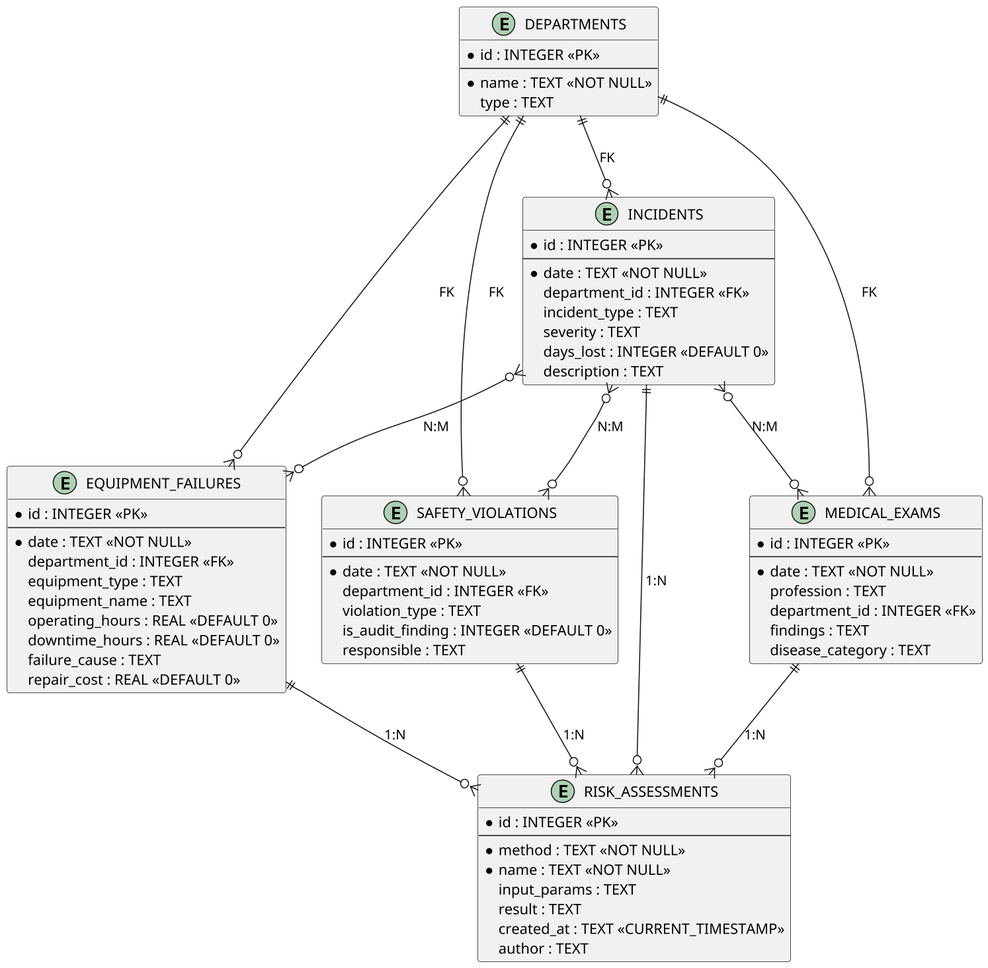
Above: docs/diagrams/physical_model.png in Ah3ron/diplom4 (PlantUML), before the change.
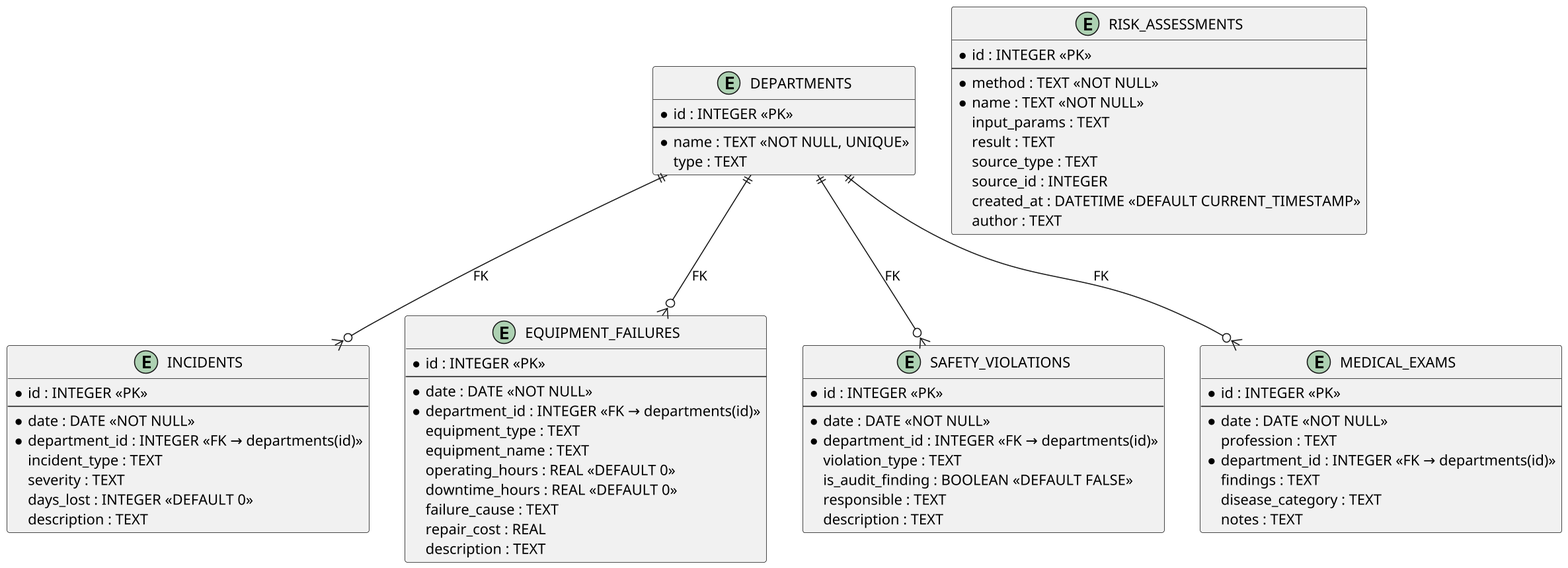
The same file after the commit.

Change to the diagram source:
```diff
@@ -5,15 +5,15 @@
 entity "DEPARTMENTS" as dept {
   * id : INTEGER <<PK>>
   --
-  * name : TEXT <<NOT NULL>>
+  * name : TEXT <<NOT NULL, UNIQUE>>
   type : TEXT
 }
 
 entity "INCIDENTS" as inc {
   * id : INTEGER <<PK>>
   --
-  * date : TEXT <<NOT NULL>>
-  department_id : INTEGER <<FK>>
+  * date : DATE <<NOT NULL>>
+  * department_id : INTEGER <<FK → departments(id)>>
   incident_type : TEXT
   severity : TEXT
   days_lost : INTEGER <<DEFAULT 0>>
@@ -23,34 +23,37 @@
 entity "EQUIPMENT_FAILURES" as fail {
   * id : INTEGER <<PK>>
   --
-  * date : TEXT <<NOT NULL>>
-  department_id : INTEGER <<FK>>
+  * date : DATE <<NOT NULL>>
+  * department_id : INTEGER <<FK → departments(id)>>
   equipment_type : TEXT
   equipment_name : TEXT
   operating_hours : REAL <<DEFAULT 0>>
   downtime_hours : REAL <<DEFAULT 0>>
   failure_cause : TEXT
-  repair_cost : REAL <<DEFAULT 0>>
+  repair_cost : REAL
+  description : TEXT
 }
 
 entity "SAFETY_VIOLATIONS" as viol {
   * id : INTEGER <<PK>>
   --
-  * date : TEXT <<NOT NULL>>
-  department_id : INTEGER <<FK>>
+  * date : DATE <<NOT NULL>>
+  * department_id : INTEGER <<FK → departments(id)>>
   violation_type : TEXT
-  is_audit_finding : INTEGER <<DEFAULT 0>>
+  is_audit_finding : BOOLEAN <<DEFAULT FALSE>>
   responsible : TEXT
+  description : TEXT
 }
 
 entity "MEDICAL_EXAMS" as med {
   * id : INTEGER <<PK>>
   --
-  * date : TEXT <<NOT NULL>>
+  * date : DATE <<NOT NULL>>
   profession : TEXT
-  department_id : INTEGER <<FK>>
+  * department_id : INTEGER <<FK → departments(id)>>
   findings : TEXT
   disease_category : TEXT
+  notes : TEXT
 }
 
 entity "RISK_ASSESSMENTS" as risk {
@@ -60,7 +63,9 @@
   * name : TEXT <<NOT NULL>>
   input_params : TEXT
   result : TEXT
-  created_at : TEXT <<CURRENT_TIMESTAMP>>
+  source_type : TEXT
+  source_id : INTEGER
+  created_at : DATETIME <<DEFAULT CURRENT_TIMESTAMP>>
   author : TEXT
 }
 
@@ -68,11 +73,4 @@
 dept ||--o{ fail : "FK"
 dept ||--o{ viol : "FK"
 dept ||--o{ med : "FK"
-inc }o--o{ fail : "N:M"
-inc }o--o{ viol : "N:M"
-inc }o--o{ med : "N:M"
-inc ||--o{ risk : "1:N"
-fail ||--o{ risk : "1:N"
-viol ||--o{ risk : "1:N"
-med ||--o{ risk : "1:N"
 @enduml
```
